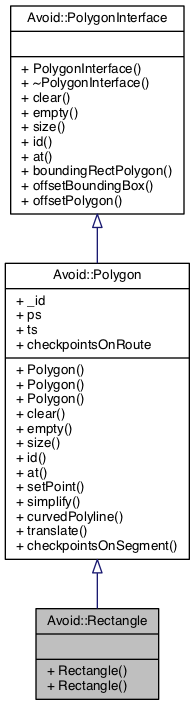
The Graphviz diagram documentation/classAvoid_1_1Rectangle__inherit__graph.png in mjwybrow/adaptagrams, before a commit. Its source is kept beside it as documentation/classAvoid_1_1Rectangle__inherit__graph.dot.
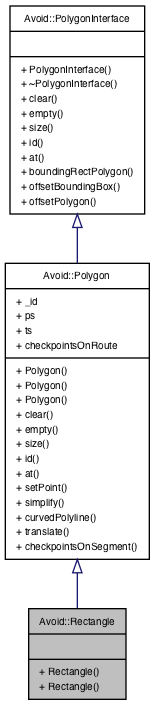
After the commit.

Diff of the diagram source:
```diff
@@ -2,9 +2,9 @@
 {
   edge [fontname="Helvetica",fontsize="10",labelfontname="Helvetica",labelfontsize="10"];
   node [fontname="Helvetica",fontsize="10",shape=record];
-  Node1 [label="{Avoid::Rectangle\n||+ Rectangle()\l+ Rectangle()\l}",height=0.2,width=0.4,color="black", fillcolor="grey75", style="filled", fontcolor="black"];
+  Node0 [label="{Avoid::Rectangle\n||+ Rectangle()\l+ Rectangle()\l}",height=0.2,width=0.4,color="black", fillcolor="grey75", style="filled", fontcolor="black"];
+  Node1 -> Node0 [dir="back",color="midnightblue",fontsize="10",style="solid",arrowtail="onormal",fontname="Helvetica"];
+  Node1 [label="{Avoid::Polygon\n|+ _id\l+ ps\l+ ts\l+ checkpointsOnRoute\l|+ Polygon()\l+ Polygon()\l+ Polygon()\l+ clear()\l+ empty()\l+ size()\l+ id()\l+ at()\l+ setPoint()\l+ simplify()\l+ curvedPolyline()\l+ translate()\l+ checkpointsOnSegment()\l}",height=0.2,width=0.4,color="black", fillcolor="white", style="filled",URL="$classAvoid_1_1Polygon.html",tooltip="A dynamic Polygon, to which points can be easily added and removed. "];
   Node2 -> Node1 [dir="back",color="midnightblue",fontsize="10",style="solid",arrowtail="onormal",fontname="Helvetica"];
-  Node2 [label="{Avoid::Polygon\n|+ _id\l+ ps\l+ ts\l+ checkpointsOnRoute\l|+ Polygon()\l+ Polygon()\l+ Polygon()\l+ clear()\l+ empty()\l+ size()\l+ id()\l+ at()\l+ setPoint()\l+ simplify()\l+ curvedPolyline()\l+ translate()\l+ checkpointsOnSegment()\l}",height=0.2,width=0.4,color="black", fillcolor="white", style="filled",URL="$classAvoid_1_1Polygon.html",tooltip="A dynamic Polygon, to which points can be easily added and removed. "];
-  Node3 -> Node2 [dir="back",color="midnightblue",fontsize="10",style="solid",arrowtail="onormal",fontname="Helvetica"];
-  Node3 [label="{Avoid::PolygonInterface\n||+ PolygonInterface()\l+ ~PolygonInterface()\l+ clear()\l+ empty()\l+ size()\l+ id()\l+ at()\l+ boundingRectPolygon()\l+ offsetBoundingBox()\l+ offsetPolygon()\l}",height=0.2,width=0.4,color="black", fillcolor="white", style="filled",URL="$classAvoid_1_1PolygonInterface.html",tooltip="A common interface used by the Polygon classes. "];
+  Node2 [label="{Avoid::PolygonInterface\n||+ PolygonInterface()\l+ ~PolygonInterface()\l+ clear()\l+ empty()\l+ size()\l+ id()\l+ at()\l+ boundingRectPolygon()\l+ offsetBoundingBox()\l+ offsetPolygon()\l}",height=0.2,width=0.4,color="black", fillcolor="white", style="filled",URL="$classAvoid_1_1PolygonInterface.html",tooltip="A common interface used by the Polygon classes. "];
 }
```
